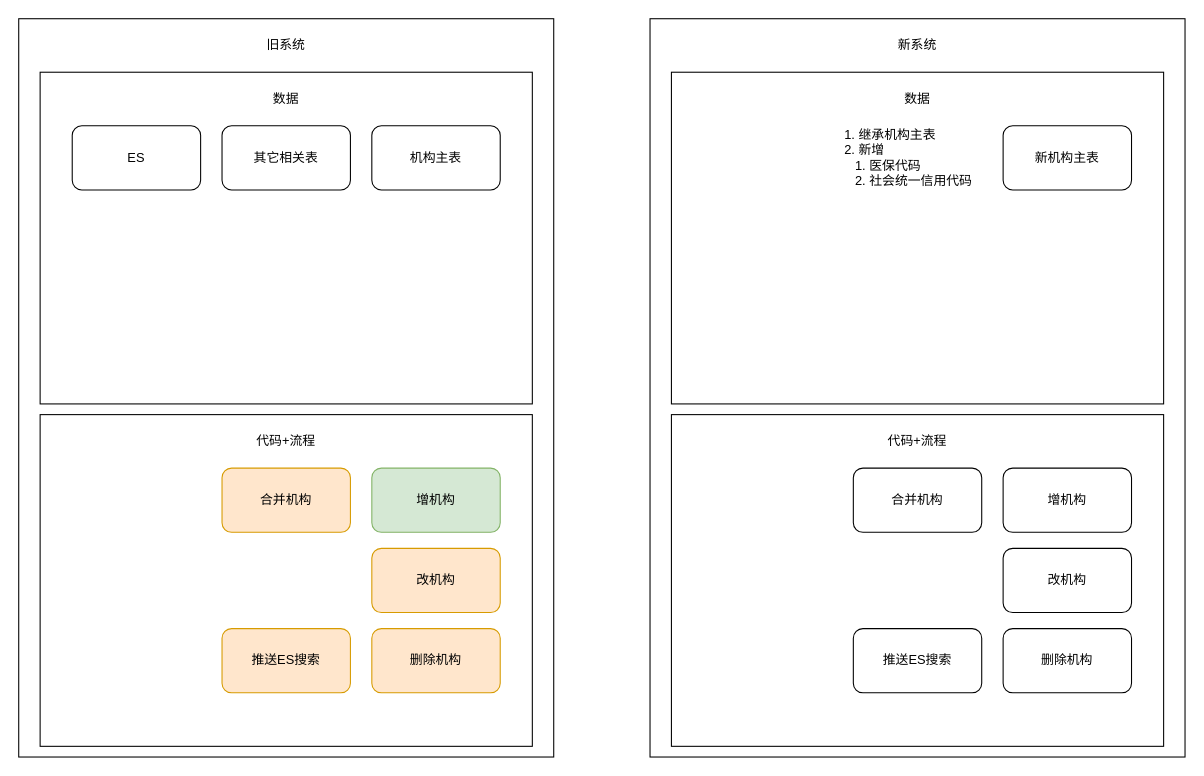
Earlier version of the draw.io diagram 知识库.drawio (XiaoLiuAI/diagrams). Source tidied: cells renumbered, new cells numbered last; positions are measured from the earlier drawing's top-left corner, leaving out a move shared by most shapes. Both pictures are drawn from the tidied source at 107%, with x=0, y=0 at pixel (18, 18).
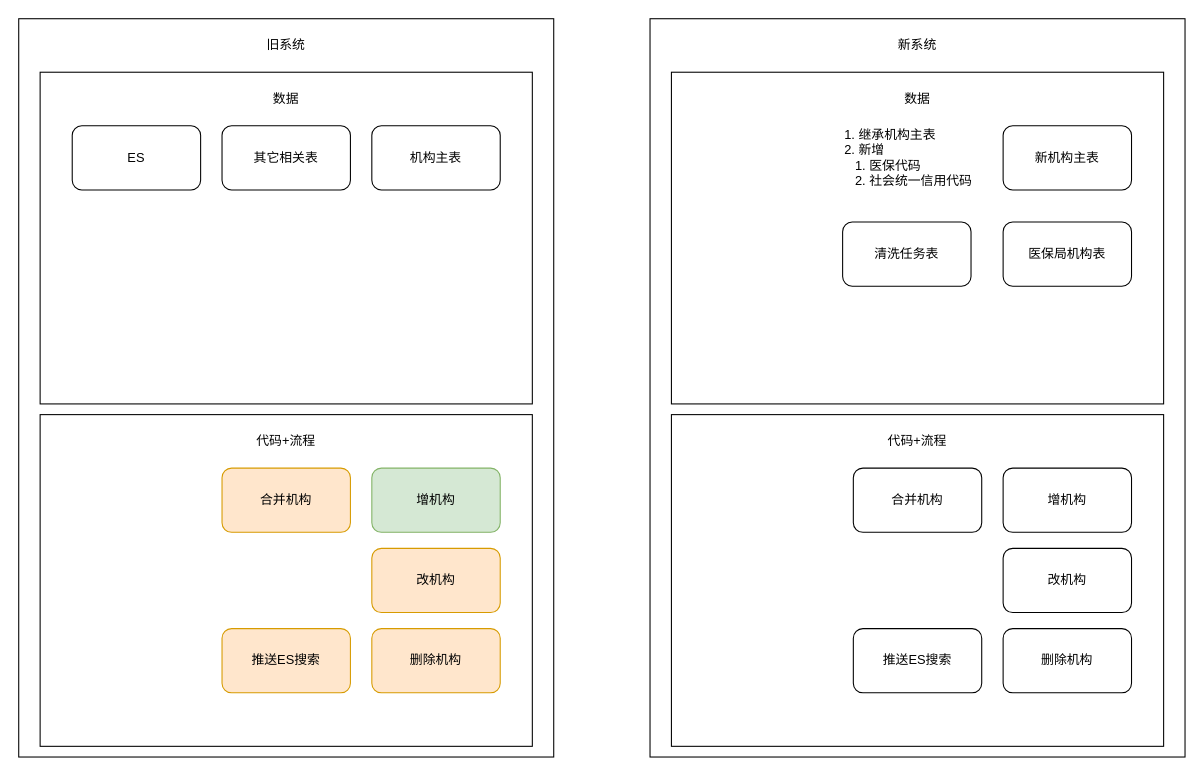
The same diagram, later.

Commit message (it also covers changes not shown here):
更新知识库.drawio

What changed in the source:
```diff
@@
+    <mxCell id="29" value="医保局机构表" style="rounded=1;whiteSpace=wrap;html=1;" parent="1" vertex="1">
+      <mxGeometry x="920" y="190" width="120" height="60" as="geometry" />
+    </mxCell>
+    <mxCell id="30" value="清洗任务表" style="rounded=1;whiteSpace=wrap;html=1;" parent="1" vertex="1">
+      <mxGeometry x="770" y="190" width="120" height="60" as="geometry" />
+    </mxCell>
```
